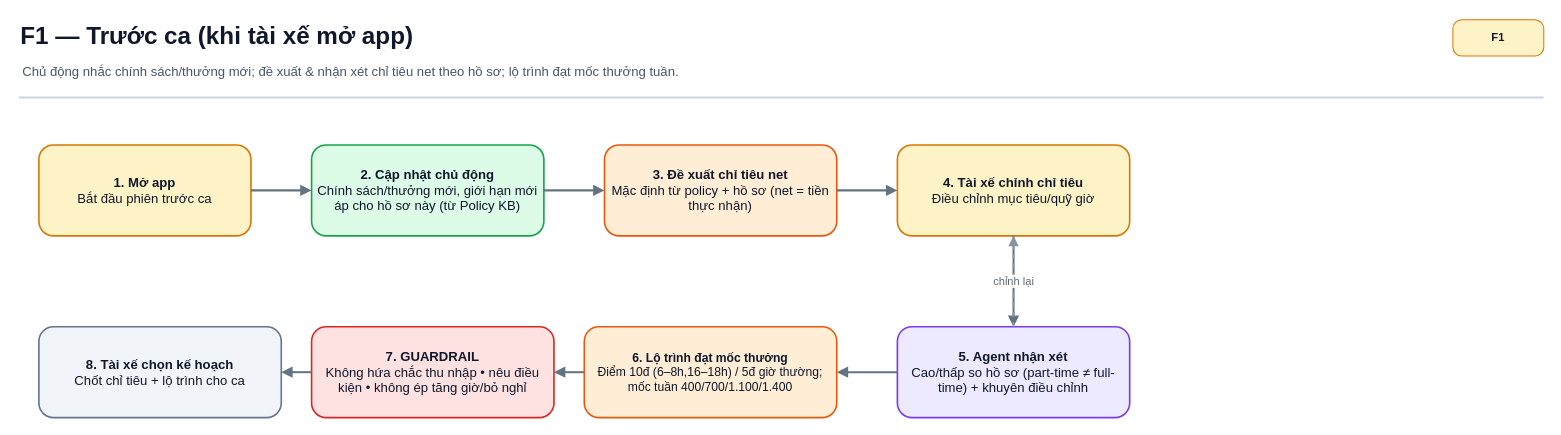
Before: page "F1 — Trước ca" (5 of 7) of flow image/GSM_Driver_Income_AI_Agentv2.drawio in Itvc0110/GSM-Driver-Agent, a draw.io diagram. Source tidied: cells renumbered, new cells numbered last; positions are measured from the earlier drawing's top-left corner, leaving out a move shared by most shapes. Both pictures are drawn from the tidied source at 101%, with x=0, y=0 at pixel (18, 17).
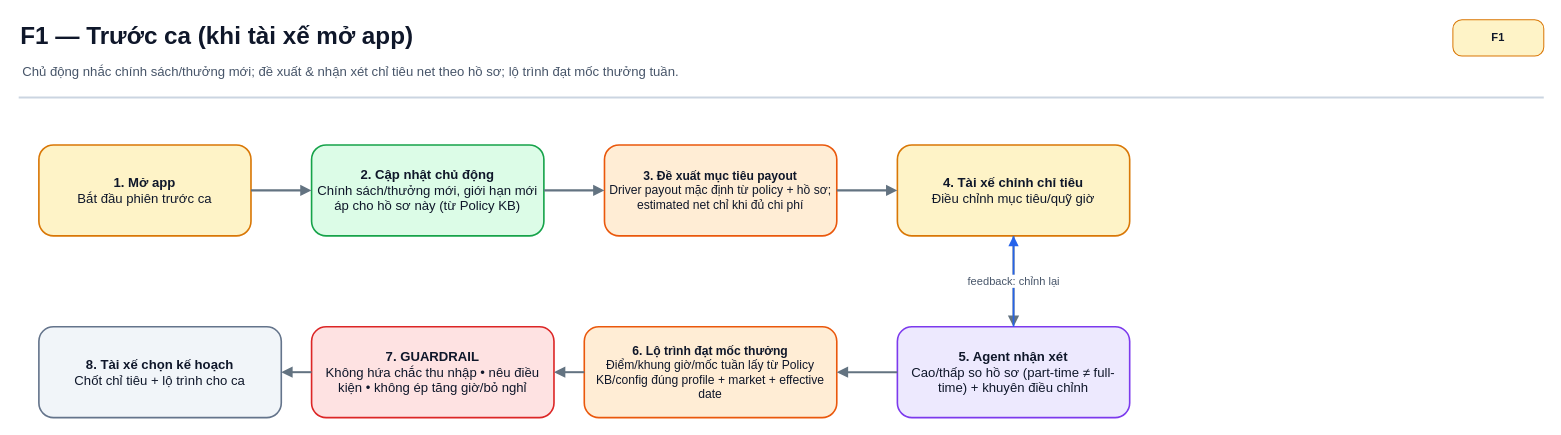
The same diagram, later.

The change refers to these unchanged cells:
```xml
<mxCell id="9" value="&lt;b&gt;4. Tài xế chỉnh chỉ tiêu&lt;/b&gt;&lt;br&gt;Điều chỉnh mục tiêu/quỹ giờ" style="rounded=1;whiteSpace=wrap;html=1;align=center;verticalAlign=middle;fillColor=#FEF3C7;strokeColor=#D97706;strokeWidth=1.6;fontSize=13;fontColor=#0F172A;arcSize=16;spacing=6;" parent="1" vertex="1">
  <mxGeometry x="870" y="126" width="230" height="90" as="geometry" />
</mxCell>
<mxCell id="10" value="&lt;b&gt;5. Agent nhận xét&lt;/b&gt;&lt;br&gt;Cao/thấp so hồ sơ (part-time ≠ full-time) + khuyên điều chỉnh" style="rounded=1;whiteSpace=wrap;html=1;align=center;verticalAlign=middle;fillColor=#EDE9FE;strokeColor=#7C3AED;strokeWidth=1.6;fontSize=13;fontColor=#0F172A;arcSize=16;spacing=6;" parent="1" vertex="1">
  <mxGeometry x="870" y="306" width="230" height="90" as="geometry" />
</mxCell>
```

What changed in the source:
```diff
@@
-    <mxCell id="8" value="&lt;b&gt;3. Đề xuất chỉ tiêu net&lt;/b&gt;&lt;br&gt;Mặc định từ policy + hồ sơ (net = tiền thực nhận)" style="rounded=1;whiteSpace=wrap;html=1;align=center;verticalAlign=middle;fillColor=#FFEDD5;strokeColor=#EA580C;strokeWidth=1.6;fontSize=13;fontColor=#0F172A;arcSize=16;spacing=6;" parent="1" vertex="1">
+    <mxCell id="8" value="&lt;b&gt;3. Đề xuất mục tiêu payout&lt;/b&gt;&lt;br&gt;Driver payout mặc định từ policy + hồ sơ; estimated net chỉ khi đủ chi phí" style="rounded=1;whiteSpace=wrap;html=1;align=center;verticalAlign=middle;fillColor=#FFEDD5;strokeColor=#EA580C;strokeWidth=1.6;fontSize=12;fontColor=#0F172A;arcSize=16;spacing=6;" parent="1" vertex="1">
       <mxGeometry x="580" y="126" width="230" height="90" as="geometry" />
     </mxCell>
@@
-    <mxCell id="11" value="&lt;b&gt;6. Lộ trình đạt mốc thưởng&lt;/b&gt;&lt;br&gt;Điểm 10đ (6–8h,16–18h) / 5đ giờ thường; mốc tuần 400/700/1.100/1.400" style="rounded=1;whiteSpace=wrap;html=1;align=center;verticalAlign=middle;fillColor=#FFEDD5;strokeColor=#EA580C;strokeWidth=1.6;fontSize=12;fontColor=#0F172A;arcSize=16;spacing=6;" parent="1" vertex="1">
+    <mxCell id="11" value="&lt;b&gt;6. Lộ trình đạt mốc thưởng&lt;/b&gt;&lt;br&gt;Điểm/khung giờ/mốc tuần lấy từ Policy KB/config đúng profile + market + effective date" style="rounded=1;whiteSpace=wrap;html=1;align=center;verticalAlign=middle;fillColor=#FFEDD5;strokeColor=#EA580C;strokeWidth=1.6;fontSize=12;fontColor=#0F172A;arcSize=16;spacing=6;" parent="1" vertex="1">
       <mxGeometry x="560" y="306" width="250" height="90" as="geometry" />
     </mxCell>
@@
-    <mxCell id="21" value="chỉnh lại" style="edgeStyle=orthogonalEdgeStyle;rounded=1;html=1;endArrow=block;endFill=1;strokeWidth=1.6;strokeColor=#8995A1;dashed=1;fontSize=11;fontColor=#5F6B76;labelBackgroundColor=#FFFFFF;" parent="1" edge="1" source="10" target="9">
+    <mxCell id="21" value="feedback: chỉnh lại" style="edgeStyle=orthogonalEdgeStyle;rounded=1;html=1;endArrow=block;endFill=1;strokeWidth=1.6;strokeColor=#2563EB;fontSize=11;fontColor=#475569;labelBackgroundColor=#FFFFFF;" parent="1" edge="1" source="10" target="9">
       <mxGeometry relative="1" as="geometry" />
     </mxCell>
```
